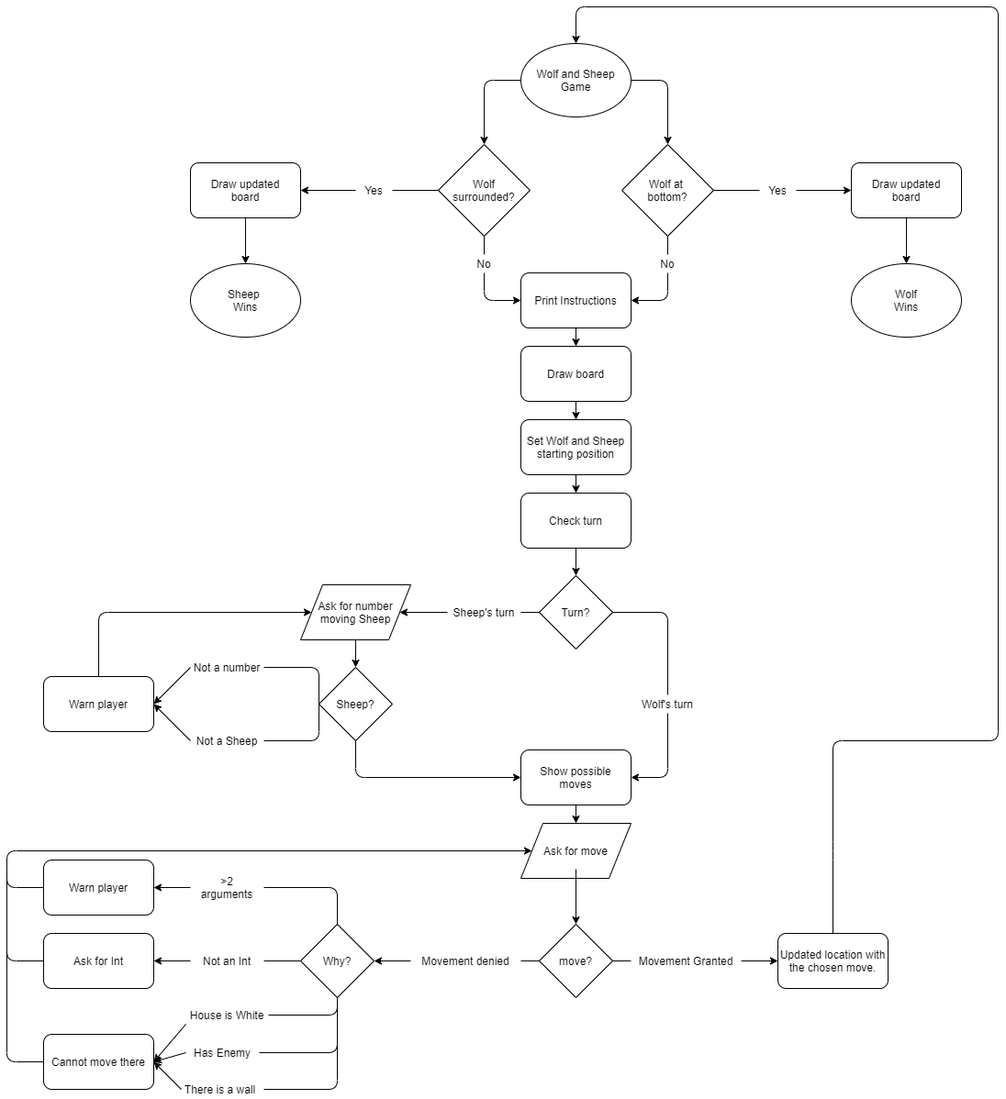
The draw.io diagram Images/Flowchart.png in AnaSPCarvalho/Project-1---Wolf-and-Sheep, before a commit. Source tidied: cells renumbered, new cells last; positions are measured from the earlier drawing's top-left corner, leaving out a move shared by most shapes.
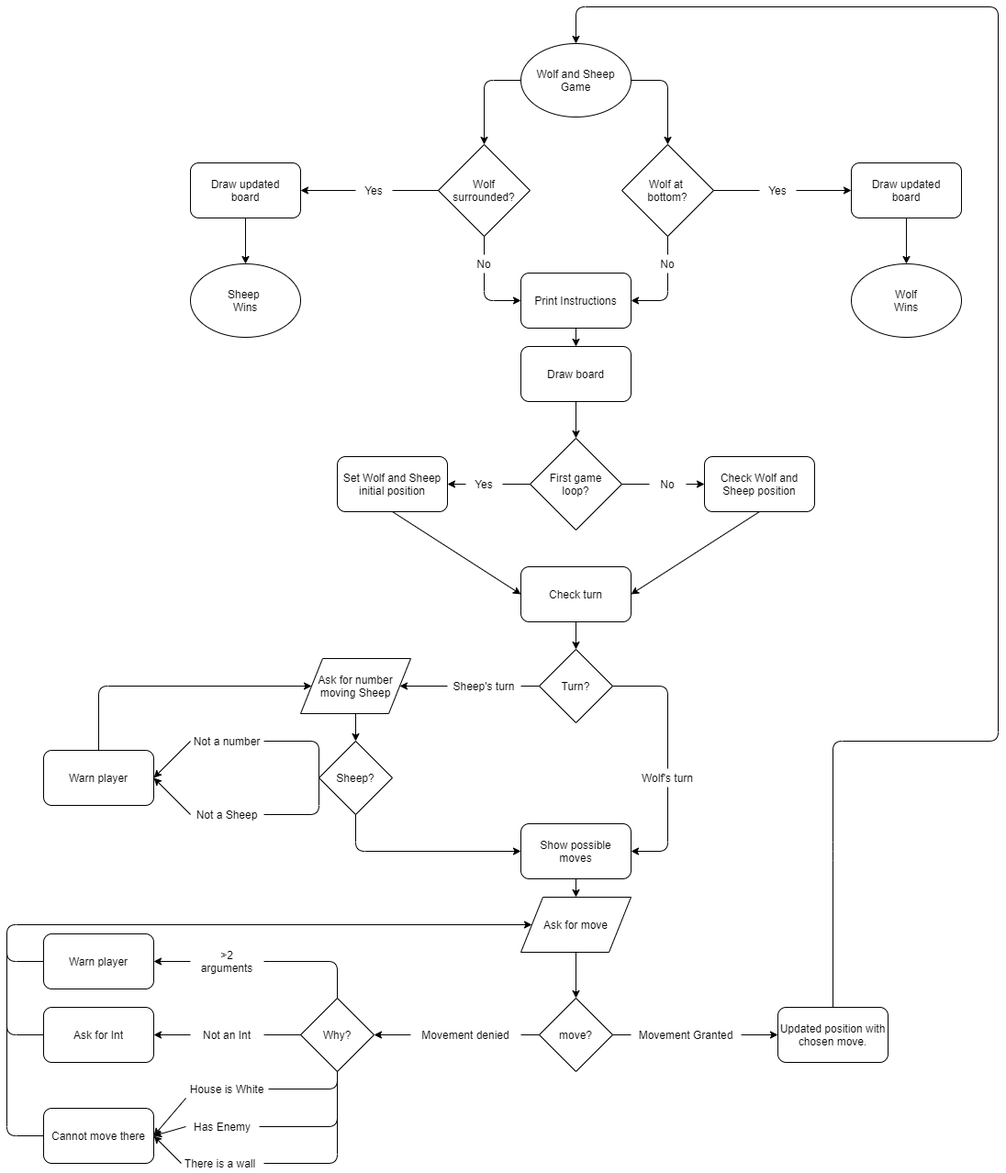
After the commit.

Commit message:
Corrected and updated flowchart

Diff of the diagram source:
```diff
@@ -3,76 +3,73 @@
     <mxCell id="0" />
     <mxCell id="1" parent="0" />
     <mxCell id="2" value="Wolf and Sheep&lt;br&gt;Game" style="ellipse;whiteSpace=wrap;html=1;" parent="1" vertex="1">
-      <mxGeometry x="560" y="40" width="120" height="80" as="geometry" />
+      <mxGeometry x="560" y="-40" width="120" height="80" as="geometry" />
     </mxCell>
     <mxCell id="3" style="endArrow=classic;html=1;exitX=0.5;exitY=1;exitDx=0;exitDy=0;entryX=0.5;entryY=0;entryDx=0;entryDy=0;" parent="1" edge="1" target="8">
       <mxGeometry relative="1" as="geometry">
-        <mxPoint x="620" y="350" as="sourcePoint" />
+        <mxPoint x="620" y="270" as="sourcePoint" />
       </mxGeometry>
     </mxCell>
-    <mxCell id="4" value="Set Wolf and Sheep starting position" style="rounded=1;whiteSpace=wrap;html=1;" parent="1" vertex="1">
-      <mxGeometry x="560" y="450" width="120" height="60" as="geometry" />
+    <mxCell id="4" value="Check Wolf and Sheep position" style="rounded=1;whiteSpace=wrap;html=1;" parent="1" vertex="1">
+      <mxGeometry x="760" y="410" width="120" height="60" as="geometry" />
     </mxCell>
-    <mxCell id="5" style="endArrow=classic;html=1;exitX=0.5;exitY=1;exitDx=0;exitDy=0;entryX=0.5;entryY=0;entryDx=0;entryDy=0;" parent="1" edge="1" source="8" target="4">
-      <mxGeometry relative="1" as="geometry" />
-    </mxCell>
     <mxCell id="6" value="Wolf&lt;br&gt;surrounded?" style="rhombus;whiteSpace=wrap;html=1;" parent="1" vertex="1">
-      <mxGeometry x="470" y="150" width="100" height="100" as="geometry" />
+      <mxGeometry x="470" y="70" width="100" height="100" as="geometry" />
     </mxCell>
     <mxCell id="7" value="Wolf at &lt;br&gt;bottom?" style="rhombus;whiteSpace=wrap;html=1;" parent="1" vertex="1">
-      <mxGeometry x="670" y="150" width="100" height="100" as="geometry" />
+      <mxGeometry x="670" y="70" width="100" height="100" as="geometry" />
     </mxCell>
     <mxCell id="8" value="Draw board" style="rounded=1;whiteSpace=wrap;html=1;" parent="1" vertex="1">
-      <mxGeometry x="560" y="370" width="120" height="60" as="geometry" />
+      <mxGeometry x="560" y="290" width="120" height="60" as="geometry" />
     </mxCell>
     <mxCell id="9" value="&lt;span&gt;Print Instructions&lt;/span&gt;" style="rounded=1;whiteSpace=wrap;html=1;" parent="1" vertex="1">
-      <mxGeometry x="560" y="290" width="120" height="60" as="geometry" />
+      <mxGeometry x="560" y="210" width="120" height="60" as="geometry" />
     </mxCell>
     <mxCell id="10" value="Sheep &lt;br&gt;Wins" style="ellipse;whiteSpace=wrap;html=1;" parent="1" vertex="1">
-      <mxGeometry x="200" y="280" width="120" height="80" as="geometry" />
+      <mxGeometry x="200" y="200" width="120" height="80" as="geometry" />
     </mxCell>
     <mxCell id="11" value="Wolf&lt;br&gt;Wins" style="ellipse;whiteSpace=wrap;html=1;" parent="1" vertex="1">
-      <mxGeometry x="920" y="280" width="120" height="80" as="geometry" />
+      <mxGeometry x="920" y="200" width="120" height="80" as="geometry" />
     </mxCell>
     <mxCell id="12" value="Yes" style="text;html=1;strokeColor=none;fillColor=none;align=center;verticalAlign=middle;whiteSpace=wrap;rounded=0;" parent="1" vertex="1">
-      <mxGeometry x="380" y="190" width="40" height="20" as="geometry" />
+      <mxGeometry x="380" y="110" width="40" height="20" as="geometry" />
     </mxCell>
     <mxCell id="13" value="Yes" style="text;html=1;strokeColor=none;fillColor=none;align=center;verticalAlign=middle;whiteSpace=wrap;rounded=0;" parent="1" vertex="1">
-      <mxGeometry x="820" y="190" width="40" height="20" as="geometry" />
+      <mxGeometry x="820" y="110" width="40" height="20" as="geometry" />
     </mxCell>
     <mxCell id="14" style="endArrow=classic;html=1;exitX=0;exitY=0.5;exitDx=0;exitDy=0;entryX=0.5;entryY=0;entryDx=0;entryDy=0;" parent="1" edge="1" source="2" target="6">
       <mxGeometry relative="1" as="geometry">
         <Array as="points">
-          <mxPoint x="520" y="80" />
+          <mxPoint x="520" />
         </Array>
       </mxGeometry>
     </mxCell>
     <mxCell id="15" style="endArrow=classic;html=1;entryX=0.5;entryY=0;entryDx=0;entryDy=0;exitX=1;exitY=0.5;exitDx=0;exitDy=0;" parent="1" edge="1" source="2" target="7">
       <mxGeometry relative="1" as="geometry">
         <Array as="points">
-          <mxPoint x="720" y="80" />
+          <mxPoint x="720" />
         </Array>
       </mxGeometry>
     </mxCell>
     <mxCell id="16" style="endArrow=classic;html=1;entryX=0;entryY=0.5;entryDx=0;entryDy=0;exitX=0.5;exitY=1;exitDx=0;exitDy=0;" parent="1" edge="1" source="84" target="9">
       <mxGeometry relative="1" as="geometry">
         <Array as="points">
-          <mxPoint x="520" y="320" />
+          <mxPoint x="520" y="240" />
         </Array>
       </mxGeometry>
     </mxCell>
     <mxCell id="17" style="endArrow=classic;html=1;entryX=1;entryY=0.5;entryDx=0;entryDy=0;exitX=0.5;exitY=1;exitDx=0;exitDy=0;" parent="1" edge="1" source="85" target="9">
       <mxGeometry relative="1" as="geometry">
         <Array as="points">
-          <mxPoint x="720" y="320" />
+          <mxPoint x="720" y="240" />
         </Array>
       </mxGeometry>
     </mxCell>
     <mxCell id="18" value="Draw updated&lt;br&gt;board" style="rounded=1;whiteSpace=wrap;html=1;" parent="1" vertex="1">
-      <mxGeometry x="200" y="170" width="120" height="60" as="geometry" />
+      <mxGeometry x="200" y="90" width="120" height="60" as="geometry" />
     </mxCell>
     <mxCell id="19" value="Draw updated&lt;br&gt;board" style="rounded=1;whiteSpace=wrap;html=1;" parent="1" vertex="1">
-      <mxGeometry x="920" y="170" width="120" height="60" as="geometry" />
+      <mxGeometry x="920" y="90" width="120" height="60" as="geometry" />
     </mxCell>
     <mxCell id="20" style="endArrow=classic;html=1;exitX=0;exitY=0.5;exitDx=0;exitDy=0;entryX=1;entryY=0.5;entryDx=0;entryDy=0;" parent="1" edge="1" source="12" target="18">
       <mxGeometry relative="1" as="geometry" />
@@ -101,10 +98,8 @@
     <mxCell id="28" value="move?" style="rhombus;whiteSpace=wrap;html=1;" parent="1" vertex="1">
       <mxGeometry x="580" y="1000" width="80" height="80" as="geometry" />
     </mxCell>
-    <mxCell id="29" style="endArrow=classic;html=1;entryX=0.5;entryY=0;entryDx=0;entryDy=0;exitX=0.5;exitY=1;exitDx=0;exitDy=0;" parent="1" edge="1" target="28">
-      <mxGeometry relative="1" as="geometry">
-        <mxPoint x="620" y="940" as="sourcePoint" />
-      </mxGeometry>
+    <mxCell id="29" style="endArrow=classic;html=1;entryX=0.5;entryY=0;entryDx=0;entryDy=0;exitX=0.5;exitY=1;exitDx=0;exitDy=0;" parent="1" edge="1" source="27" target="28">
+      <mxGeometry relative="1" as="geometry" />
     </mxCell>
     <mxCell id="30" value="&lt;span&gt;Show possible&lt;/span&gt;&lt;br&gt;&lt;span&gt;moves&lt;/span&gt;" style="rounded=1;whiteSpace=wrap;html=1;" parent="1" vertex="1">
       <mxGeometry x="560" y="810" width="120" height="60" as="geometry" />
@@ -290,9 +285,6 @@
     <mxCell id="74" value="Check turn" style="rounded=1;whiteSpace=wrap;html=1;" parent="1" vertex="1">
       <mxGeometry x="560" y="530" width="120" height="60" as="geometry" />
     </mxCell>
-    <mxCell id="75" style="endArrow=classic;html=1;exitX=0.5;exitY=1;exitDx=0;exitDy=0;entryX=0.5;entryY=0;entryDx=0;entryDy=0;" parent="1" edge="1" source="4" target="74">
-      <mxGeometry relative="1" as="geometry" />
-    </mxCell>
     <mxCell id="76" style="endArrow=classic;html=1;exitX=0.5;exitY=1;exitDx=0;exitDy=0;entryX=0.5;entryY=0;entryDx=0;entryDy=0;" parent="1" edge="1" source="74" target="24">
       <mxGeometry relative="1" as="geometry" />
     </mxCell>
@@ -327,25 +319,25 @@
         <mxPoint x="160" y="1150" as="targetPoint" />
       </mxGeometry>
     </mxCell>
-    <mxCell id="82" value="Updated location with the chosen move." style="rounded=1;whiteSpace=wrap;html=1;" parent="1" vertex="1">
+    <mxCell id="82" value="Updated position with chosen move." style="rounded=1;whiteSpace=wrap;html=1;" parent="1" vertex="1">
       <mxGeometry x="840" y="1010" width="120" height="60" as="geometry" />
     </mxCell>
     <mxCell id="83" style="endArrow=classic;html=1;exitX=0.5;exitY=0;exitDx=0;exitDy=0;entryX=0.5;entryY=0;entryDx=0;entryDy=0;" parent="1" edge="1" source="82" target="2">
       <mxGeometry relative="1" as="geometry">
         <Array as="points">
-          <mxPoint x="900" y="920" />
-          <mxPoint x="900" y="800" />
-          <mxPoint x="1080" y="800" />
-          <mxPoint x="1080" />
-          <mxPoint x="620" />
+          <mxPoint x="900" y="840" />
+          <mxPoint x="900" y="720" />
+          <mxPoint x="1080" y="720" />
+          <mxPoint x="1080" y="-80" />
+          <mxPoint x="620" y="-80" />
         </Array>
       </mxGeometry>
     </mxCell>
     <mxCell id="84" value="No" style="text;html=1;strokeColor=none;fillColor=none;align=center;verticalAlign=middle;whiteSpace=wrap;rounded=0;" parent="1" vertex="1">
-      <mxGeometry x="500" y="270" width="40" height="20" as="geometry" />
+      <mxGeometry x="500" y="190" width="40" height="20" as="geometry" />
     </mxCell>
     <mxCell id="85" value="No" style="text;html=1;strokeColor=none;fillColor=none;align=center;verticalAlign=middle;whiteSpace=wrap;rounded=0;" parent="1" vertex="1">
-      <mxGeometry x="700" y="270" width="40" height="20" as="geometry" />
+      <mxGeometry x="700" y="190" width="40" height="20" as="geometry" />
     </mxCell>
     <mxCell id="86" style="endArrow=none;html=1;entryX=0.5;entryY=0;entryDx=0;entryDy=0;exitX=0.5;exitY=1;exitDx=0;exitDy=0;" parent="1" edge="1" source="6" target="84">
       <mxGeometry relative="1" as="geometry" />
@@ -353,5 +345,38 @@
     <mxCell id="87" style="endArrow=none;html=1;entryX=0.5;entryY=1;entryDx=0;entryDy=0;exitX=0.5;exitY=0;exitDx=0;exitDy=0;" parent="1" edge="1" source="85" target="7">
       <mxGeometry relative="1" as="geometry" />
     </mxCell>
+    <mxCell id="88" value="Set Wolf and Sheep initial position" style="rounded=1;whiteSpace=wrap;html=1;" parent="1" vertex="1">
+      <mxGeometry x="360" y="410" width="120" height="60" as="geometry" />
+    </mxCell>
+    <mxCell id="89" value="First game&lt;br&gt;loop?" style="rhombus;whiteSpace=wrap;html=1;" parent="1" vertex="1">
+      <mxGeometry x="570" y="390" width="100" height="100" as="geometry" />
+    </mxCell>
+    <mxCell id="90" style="endArrow=classic;html=1;exitX=0;exitY=0.5;exitDx=0;exitDy=0;entryX=1;entryY=0.5;entryDx=0;entryDy=0;" parent="1" edge="1" source="94" target="88">
+      <mxGeometry relative="1" as="geometry" />
+    </mxCell>
+    <mxCell id="91" style="endArrow=classic;html=1;exitX=1;exitY=0.5;exitDx=0;exitDy=0;entryX=0;entryY=0.5;entryDx=0;entryDy=0;" parent="1" edge="1" source="95" target="4">
+      <mxGeometry relative="1" as="geometry" />
+    </mxCell>
+    <mxCell id="92" style="endArrow=classic;html=1;exitX=0.5;exitY=1;exitDx=0;exitDy=0;entryX=0;entryY=0.5;entryDx=0;entryDy=0;" parent="1" edge="1" source="88" target="74">
+      <mxGeometry relative="1" as="geometry" />
+    </mxCell>
+    <mxCell id="75" style="endArrow=classic;html=1;exitX=0.5;exitY=1;exitDx=0;exitDy=0;entryX=1;entryY=0.5;entryDx=0;entryDy=0;" parent="1" edge="1" source="4" target="74">
+      <mxGeometry relative="1" as="geometry" />
+    </mxCell>
+    <mxCell id="93" style="endArrow=classic;html=1;exitX=0.5;exitY=1;exitDx=0;exitDy=0;entryX=0.5;entryY=0;entryDx=0;entryDy=0;" parent="1" edge="1" source="8" target="89">
+      <mxGeometry relative="1" as="geometry" />
+    </mxCell>
+    <mxCell id="94" value="Yes" style="text;html=1;strokeColor=none;fillColor=none;align=center;verticalAlign=middle;whiteSpace=wrap;rounded=0;" parent="1" vertex="1">
+      <mxGeometry x="500" y="430" width="40" height="20" as="geometry" />
+    </mxCell>
+    <mxCell id="95" value="No" style="text;html=1;strokeColor=none;fillColor=none;align=center;verticalAlign=middle;whiteSpace=wrap;rounded=0;" parent="1" vertex="1">
+      <mxGeometry x="700" y="430" width="40" height="20" as="geometry" />
+    </mxCell>
+    <mxCell id="96" style="endArrow=none;html=1;entryX=0;entryY=0.5;entryDx=0;entryDy=0;exitX=1;exitY=0.5;exitDx=0;exitDy=0;" parent="1" edge="1" source="94" target="89">
+      <mxGeometry relative="1" as="geometry" />
+    </mxCell>
+    <mxCell id="97" style="endArrow=none;html=1;exitX=1;exitY=0.5;exitDx=0;exitDy=0;" parent="1" edge="1" source="89" target="95">
+      <mxGeometry relative="1" as="geometry" />
+    </mxCell>
   </root>
 </mxGraphModel>
```
